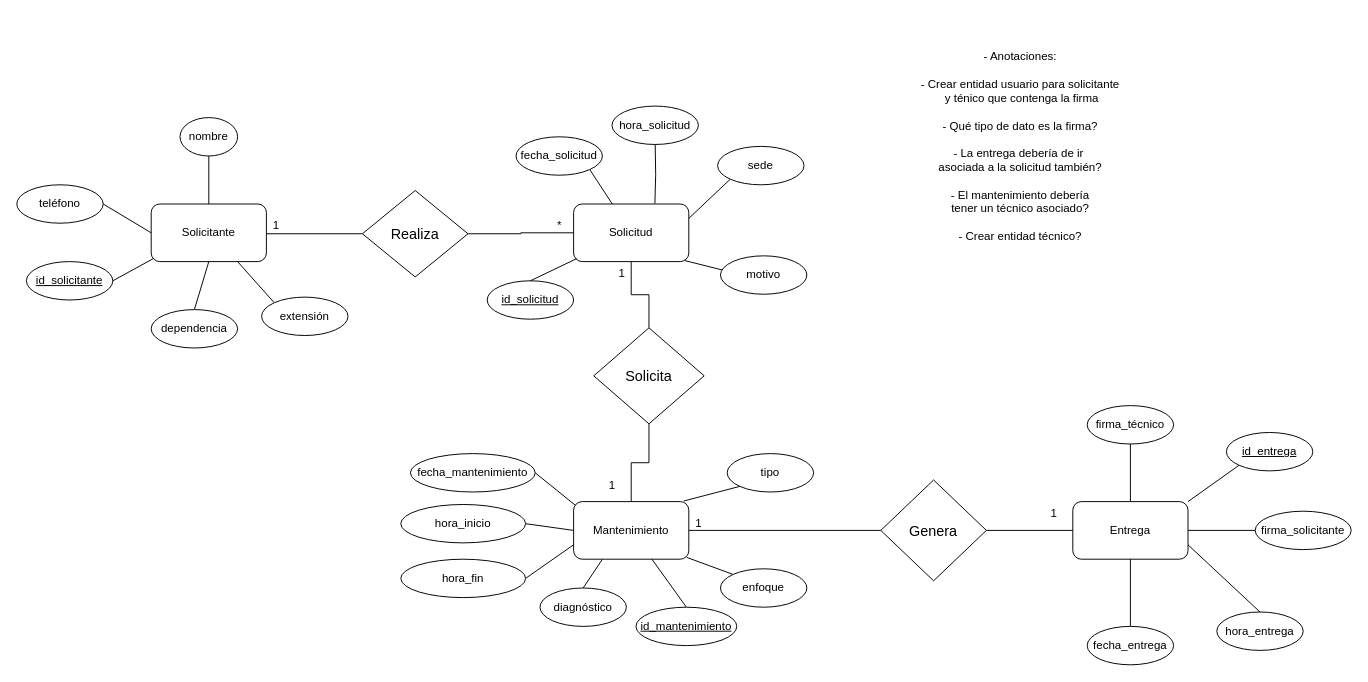
Above: E-R Model Software and hardware maintenance.drawio in DevKike/maintenance_management_system (draw.io), before the change. Source tidied: cells renumbered, new cells numbered last; positions are measured from the earlier drawing's top-left corner, leaving out a move shared by most shapes. Both pictures are drawn from the tidied source at 96%, with x=0, y=0 at pixel (16, 45).
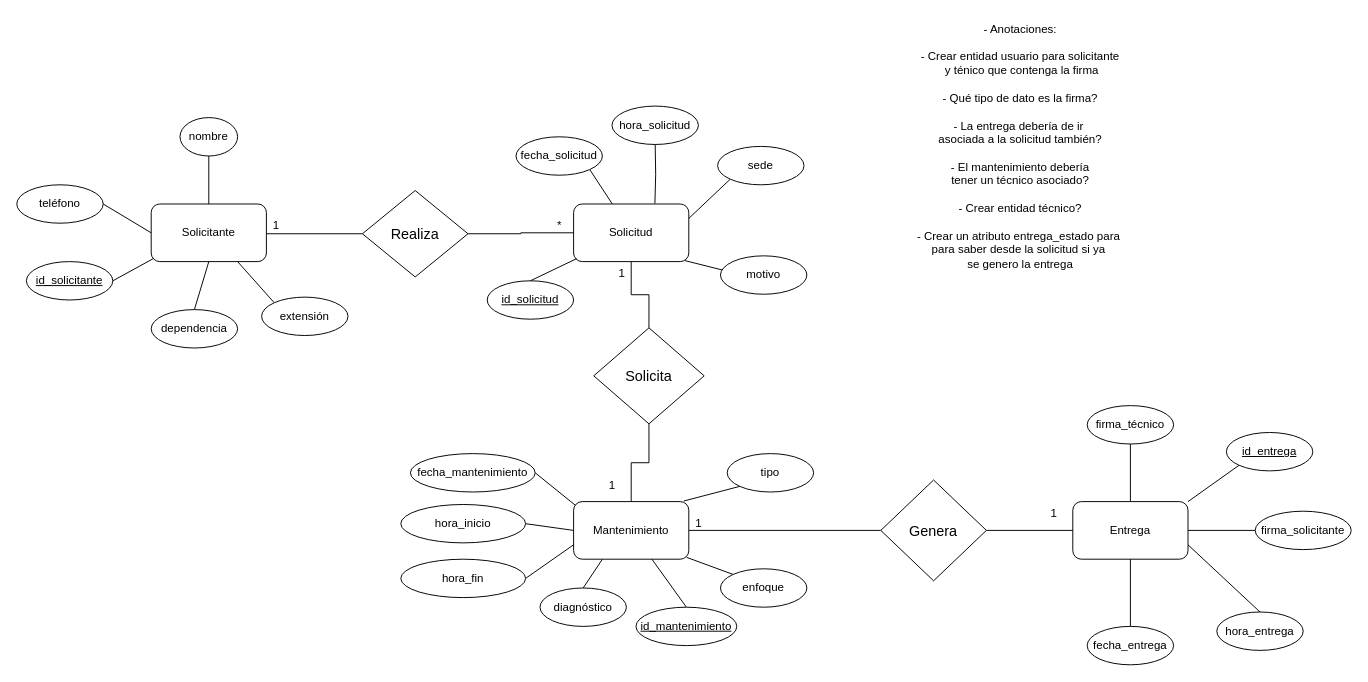
The same diagram, later.

Diff of the diagram source:
```diff
@@
-    <mxCell id="59" value="- Anotaciones:&lt;div&gt;&lt;br&gt;&lt;/div&gt;&lt;div&gt;- Crear entidad usuario para solicitante&lt;/div&gt;&lt;div&gt;&amp;nbsp;y ténico que contenga la firma&lt;/div&gt;&lt;div&gt;&lt;br&gt;&lt;/div&gt;&lt;div&gt;- Qué tipo de dato es la firma?&lt;/div&gt;&lt;div&gt;&lt;br&gt;&lt;/div&gt;&lt;div&gt;- La entrega debería de ir&amp;nbsp;&lt;/div&gt;&lt;div&gt;asociada a la solicitud también?&lt;br&gt;&lt;br&gt;- El mantenimiento debería&lt;/div&gt;&lt;div&gt;tener un técnico asociado?&lt;/div&gt;&lt;div&gt;&lt;br&gt;&lt;/div&gt;&lt;div&gt;- Crear entidad técnico?&lt;/div&gt;" style="text;html=1;align=center;verticalAlign=middle;strokeColor=none;fillColor=none;" parent="1" vertex="1">
-      <mxGeometry x="930" width="230" height="210" as="geometry" />
+    <mxCell id="59" value="- Anotaciones:&lt;div&gt;&lt;br&gt;&lt;/div&gt;&lt;div&gt;- Crear entidad usuario para solicitante&lt;/div&gt;&lt;div&gt;&amp;nbsp;y ténico que contenga la firma&lt;/div&gt;&lt;div&gt;&lt;br&gt;&lt;/div&gt;&lt;div&gt;- Qué tipo de dato es la firma?&lt;/div&gt;&lt;div&gt;&lt;br&gt;&lt;/div&gt;&lt;div&gt;- La entrega debería de ir&amp;nbsp;&lt;/div&gt;&lt;div&gt;asociada a la solicitud también?&lt;br&gt;&lt;br&gt;- El mantenimiento debería&lt;/div&gt;&lt;div&gt;tener un técnico asociado?&lt;/div&gt;&lt;div&gt;&lt;br&gt;&lt;/div&gt;&lt;div&gt;- Crear entidad técnico?&lt;/div&gt;&lt;div&gt;&lt;br&gt;&lt;/div&gt;&lt;div&gt;- Crear un atributo entrega_estado para&amp;nbsp;&lt;br&gt;para saber desde la solicitud si ya&amp;nbsp;&lt;br&gt;se genero la entrega&lt;/div&gt;" style="text;html=1;align=center;verticalAlign=middle;strokeColor=none;fillColor=none;" parent="1" vertex="1">
+      <mxGeometry x="925" y="-30" width="240" height="270" as="geometry" />
     </mxCell>
@@
+    <mxCell id="66" value="&amp;nbsp;" style="text;html=1;align=center;verticalAlign=middle;strokeColor=none;fillColor=none;" parent="1" vertex="1">
+      <mxGeometry x="975" y="223" width="30" height="30" as="geometry" />
+    </mxCell>
```
